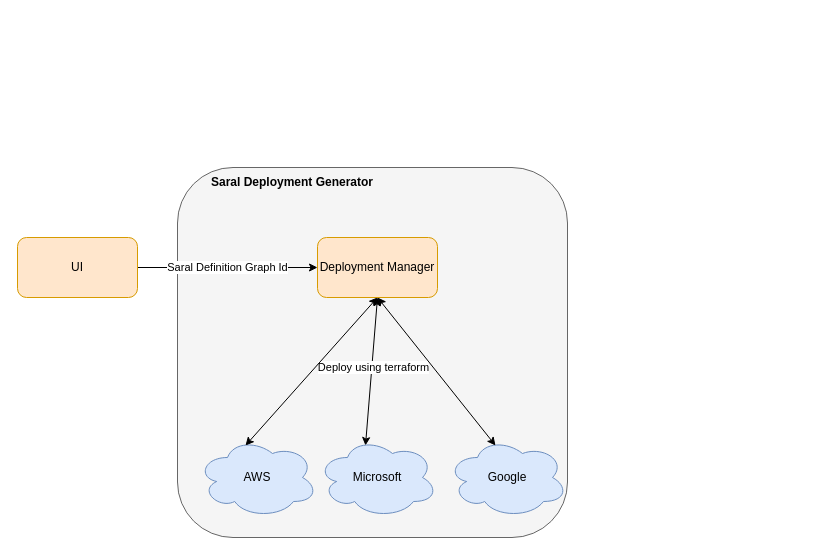
Earlier version of the draw.io diagram docs/images/saral-deployment-manager.drawio (ashish19goyal/saral.github.io). Source tidied: cells renumbered, new cells numbered last; positions are measured from the earlier drawing's top-left corner, leaving out a move shared by most shapes. Both pictures are drawn from the tidied source at 100%, with x=0, y=0 at pixel (17, 167).
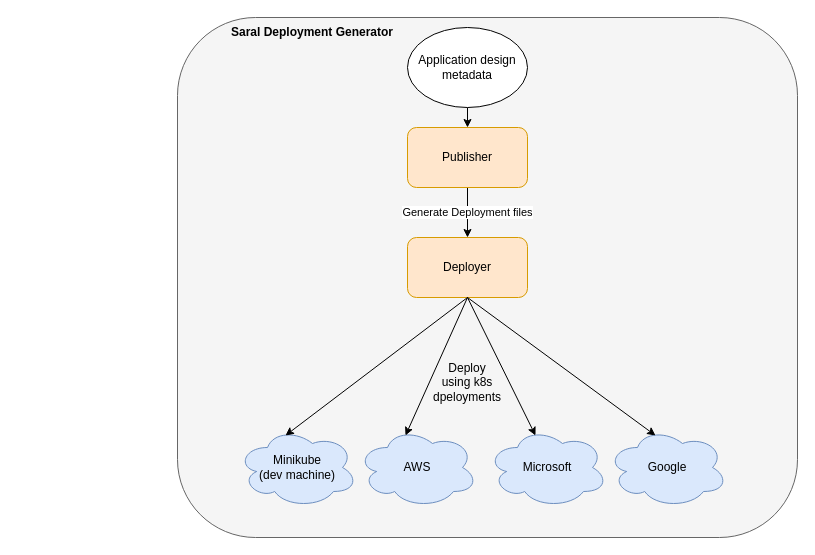
The same page after the edit.

What changed in the source:
```diff
@@
 <mxGraphModel>
   <root>
     <mxCell id="0" />
     <mxCell id="1" parent="0" />
     <mxCell id="2" style="rounded=1;whiteSpace=wrap;html=1;fillColor=#f5f5f5;fontColor=#333333;strokeColor=#666666;" parent="1" vertex="1">
-      <mxGeometry x="160" width="390" height="370" as="geometry" />
+      <mxGeometry x="160" y="-150" width="620" height="520" as="geometry" />
     </mxCell>
-    <mxCell id="3" value="Deployment Manager" style="rounded=1;whiteSpace=wrap;html=1;fillColor=#ffe6cc;strokeColor=#d79b00;" parent="1" vertex="1">
-      <mxGeometry x="300" y="70" width="120" height="60" as="geometry" />
+    <mxCell id="3" value="Deployer" style="rounded=1;whiteSpace=wrap;html=1;fillColor=#ffe6cc;strokeColor=#d79b00;" parent="1" vertex="1">
+      <mxGeometry x="390" y="70" width="120" height="60" as="geometry" />
     </mxCell>
     <mxCell id="4" value="&lt;b&gt;Saral Deployment Generator&lt;/b&gt;" style="text;html=1;strokeColor=none;fillColor=none;align=center;verticalAlign=middle;whiteSpace=wrap;rounded=0;" parent="1" vertex="1">
-      <mxGeometry x="190" width="170" height="30" as="geometry" />
+      <mxGeometry x="210" y="-150" width="170" height="30" as="geometry" />
     </mxCell>
-    <mxCell id="5" value="Saral Definition Graph Id" style="edgeStyle=orthogonalEdgeStyle;rounded=0;jettySize=auto;html=1;exitX=1;exitY=0.5;exitDx=0;exitDy=0;entryX=0;entryY=0.5;entryDx=0;entryDy=0;" parent="1" edge="1" source="6" target="3">
+    <mxCell id="5" value="Generate Deployment files" style="edgeStyle=orthogonalEdgeStyle;rounded=0;jettySize=auto;html=1;exitX=0.5;exitY=1;exitDx=0;exitDy=0;entryX=0.5;entryY=0;entryDx=0;entryDy=0;" parent="1" edge="1" source="6" target="3">
       <mxGeometry relative="1" as="geometry" />
     </mxCell>
-    <mxCell id="6" value="UI" style="rounded=1;whiteSpace=wrap;html=1;fillColor=#ffe6cc;strokeColor=#d79b00;" parent="1" vertex="1">
-      <mxGeometry y="70" width="120" height="60" as="geometry" />
+    <mxCell id="6" value="Publisher" style="rounded=1;whiteSpace=wrap;html=1;fillColor=#ffe6cc;strokeColor=#d79b00;" parent="1" vertex="1">
+      <mxGeometry x="390" y="-40" width="120" height="60" as="geometry" />
     </mxCell>
-    <mxCell id="7" style="endArrow=classic;startArrow=classic;html=1;rounded=0;entryX=0.5;entryY=1;entryDx=0;entryDy=0;exitX=0.4;exitY=0.1;exitDx=0;exitDy=0;exitPerimeter=0;" parent="1" edge="1" source="10" target="3">
-      <mxGeometry relative="1" as="geometry" />
-    </mxCell>
-    <mxCell id="8" value="Deploy using terraform" style="edgeLabel;html=1;align=center;verticalAlign=middle;" parent="7" vertex="1">
-      <mxGeometry x="0.22" y="-2" relative="1" as="geometry">
-        <mxPoint x="-2" y="12" as="offset" />
-      </mxGeometry>
-    </mxCell>
     <mxCell id="9" value="AWS" style="ellipse;shape=cloud;whiteSpace=wrap;html=1;fillColor=#dae8fc;strokeColor=#6c8ebf;" parent="1" vertex="1">
-      <mxGeometry x="180" y="270" width="120" height="80" as="geometry" />
+      <mxGeometry x="340" y="260" width="120" height="80" as="geometry" />
     </mxCell>
     <mxCell id="10" value="Microsoft" style="ellipse;shape=cloud;whiteSpace=wrap;html=1;fillColor=#dae8fc;strokeColor=#6c8ebf;" parent="1" vertex="1">
-      <mxGeometry x="300" y="270" width="120" height="80" as="geometry" />
+      <mxGeometry x="470" y="260" width="120" height="80" as="geometry" />
     </mxCell>
     <mxCell id="11" value="Google" style="ellipse;shape=cloud;whiteSpace=wrap;html=1;fillColor=#dae8fc;strokeColor=#6c8ebf;" parent="1" vertex="1">
-      <mxGeometry x="430" y="270" width="120" height="80" as="geometry" />
+      <mxGeometry x="590" y="260" width="120" height="80" as="geometry" />
     </mxCell>
-    <mxCell id="12" style="endArrow=classic;startArrow=classic;html=1;rounded=0;entryX=0.5;entryY=1;entryDx=0;entryDy=0;exitX=0.4;exitY=0.1;exitDx=0;exitDy=0;exitPerimeter=0;" parent="1" edge="1" source="9" target="3">
-      <mxGeometry relative="1" as="geometry" />
-    </mxCell>
-    <mxCell id="13" style="endArrow=classic;startArrow=classic;html=1;rounded=0;entryX=0.5;entryY=1;entryDx=0;entryDy=0;exitX=0.4;exitY=0.1;exitDx=0;exitDy=0;exitPerimeter=0;" parent="1" edge="1" source="11" target="3">
-      <mxGeometry relative="1" as="geometry" />
-    </mxCell>
+    <mxCell id="14" value="Minikube&lt;div&gt;(dev machine)&lt;/div&gt;" style="ellipse;shape=cloud;whiteSpace=wrap;html=1;fillColor=#dae8fc;strokeColor=#6c8ebf;" parent="1" vertex="1">
+      <mxGeometry x="220" y="260" width="120" height="80" as="geometry" />
+    </mxCell>
+    <mxCell id="15" style="edgeStyle=none;html=1;exitX=0.5;exitY=1;exitDx=0;exitDy=0;entryX=0.4;entryY=0.1;entryDx=0;entryDy=0;entryPerimeter=0;" parent="1" edge="1" source="3" target="14">
+      <mxGeometry relative="1" as="geometry" />
+    </mxCell>
+    <mxCell id="16" style="edgeStyle=none;html=1;exitX=0.5;exitY=1;exitDx=0;exitDy=0;entryX=0.4;entryY=0.1;entryDx=0;entryDy=0;entryPerimeter=0;" parent="1" edge="1" source="3" target="9">
+      <mxGeometry relative="1" as="geometry" />
+    </mxCell>
+    <mxCell id="17" style="edgeStyle=none;html=1;exitX=0.5;exitY=1;exitDx=0;exitDy=0;entryX=0.4;entryY=0.1;entryDx=0;entryDy=0;entryPerimeter=0;" parent="1" edge="1" source="3" target="10">
+      <mxGeometry relative="1" as="geometry" />
+    </mxCell>
+    <mxCell id="18" style="edgeStyle=none;html=1;exitX=0.5;exitY=1;exitDx=0;exitDy=0;entryX=0.4;entryY=0.1;entryDx=0;entryDy=0;entryPerimeter=0;" parent="1" edge="1" source="3" target="11">
+      <mxGeometry relative="1" as="geometry" />
+    </mxCell>
+    <mxCell id="19" value="Deploy using k8s dpeloyments" style="text;html=1;align=center;verticalAlign=middle;whiteSpace=wrap;rounded=0;" parent="1" vertex="1">
+      <mxGeometry x="420" y="200" width="60" height="30" as="geometry" />
+    </mxCell>
+    <mxCell id="20" style="edgeStyle=none;html=1;exitX=0.5;exitY=1;exitDx=0;exitDy=0;entryX=0.5;entryY=0;entryDx=0;entryDy=0;" parent="1" edge="1" source="21" target="6">
+      <mxGeometry relative="1" as="geometry" />
+    </mxCell>
+    <mxCell id="21" value="Application design metadata" style="ellipse;whiteSpace=wrap;html=1;" parent="1" vertex="1">
+      <mxGeometry x="390" y="-140" width="120" height="80" as="geometry" />
+    </mxCell>
   </root>
 </mxGraphModel>
```
